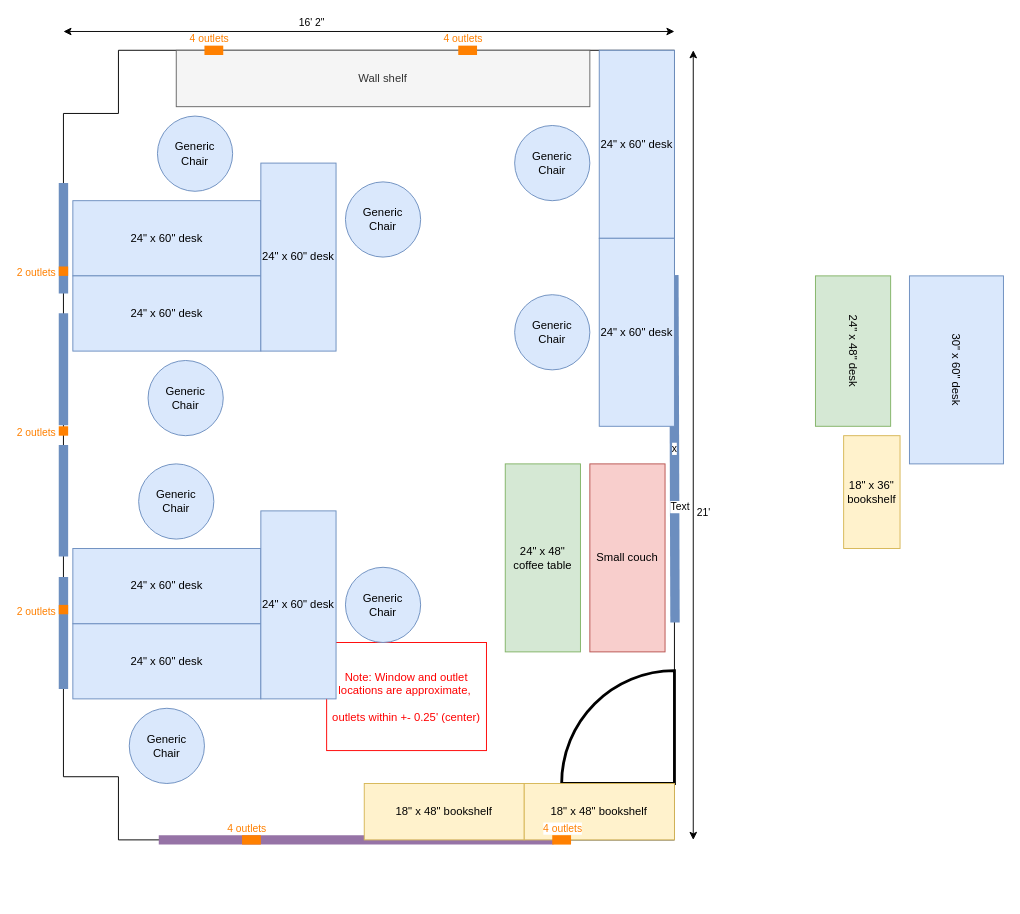
This is Y2E2_291-Proposed2022-07-21.drawio from stephaniechin/Y2E2-291, a draw.io file, before an edit. Source tidied: cells renumbered, new cells numbered last; positions are measured from the earlier drawing's top-left corner, leaving out a move shared by most shapes. Both pictures are drawn from the tidied source at 94%, with x=0, y=0 at pixel (63, 31).
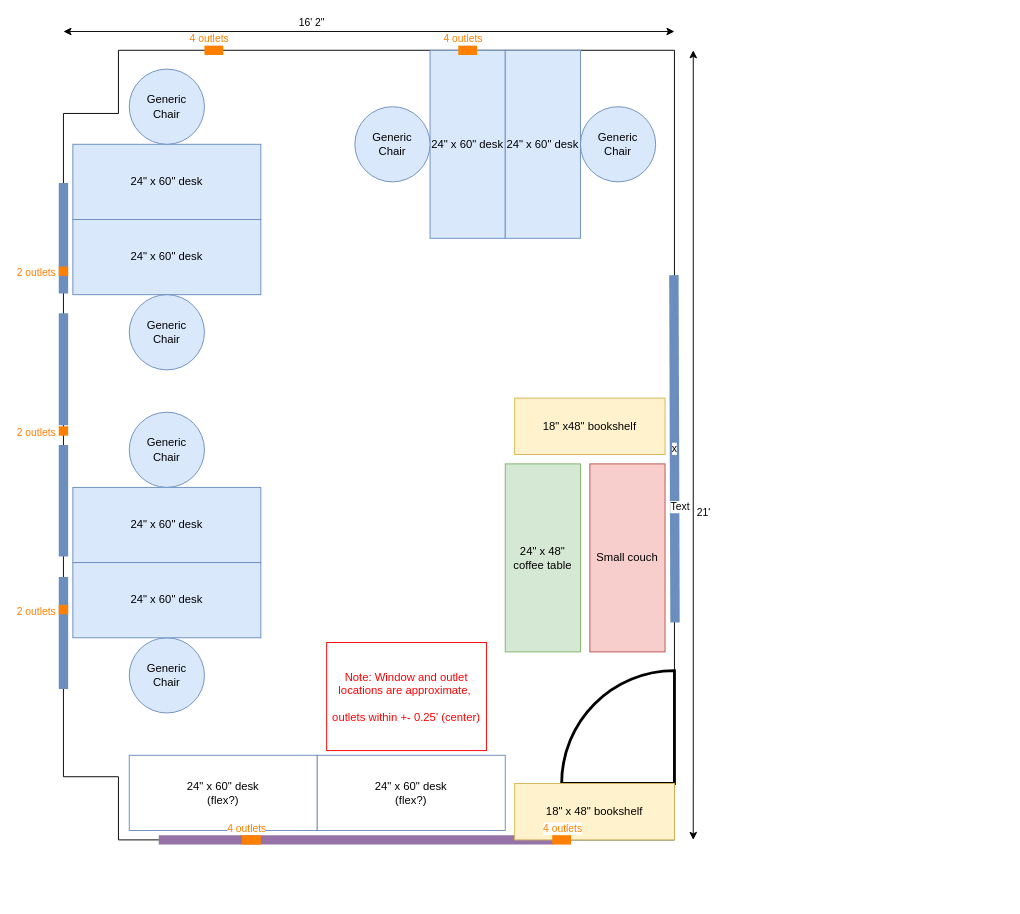
The same diagram, later.

Diff of the diagram source:
```diff
@@
-    <mxCell id="18" parent="0" />
-    <mxCell id="19" value="24&quot; x 60&quot; desk" style="rounded=0;whiteSpace=wrap;html=1;rotation=0;fillColor=#dae8fc;strokeColor=#6c8ebf;" parent="18" vertex="1">
-      <mxGeometry x="10" y="630" width="200" height="80" as="geometry" />
-    </mxCell>
+    <mxCell id="58" parent="0" />
+    <mxCell id="59" value="18&quot; x48&quot; bookshelf" style="rounded=0;whiteSpace=wrap;html=1;fillColor=#fff2cc;strokeColor=#d6b656;direction=west;" parent="58" vertex="1">
+      <mxGeometry x="480" y="390" width="160" height="60" as="geometry" />
+    </mxCell>
-    <mxCell id="20" value="18&quot; x 48&quot; bookshelf" style="rounded=0;whiteSpace=wrap;html=1;fillColor=#fff2cc;strokeColor=#d6b656;" parent="18" vertex="1">
-      <mxGeometry x="490" y="800" width="160" height="60" as="geometry" />
+    <mxCell id="20" value="18&quot; x 48&quot; bookshelf" style="rounded=0;whiteSpace=wrap;html=1;fillColor=#fff2cc;strokeColor=#d6b656;" parent="58" vertex="1">
+      <mxGeometry x="480" y="800" width="170" height="60" as="geometry" />
     </mxCell>
-    <mxCell id="21" value="Small couch" style="rounded=0;whiteSpace=wrap;html=1;strokeColor=#b85450;fillColor=#f8cecc;direction=west;" parent="18" vertex="1">
+    <mxCell id="21" value="Small couch" style="rounded=0;whiteSpace=wrap;html=1;strokeColor=#b85450;fillColor=#f8cecc;direction=west;" parent="58" vertex="1">
       <mxGeometry x="560" y="460" width="80" height="200" as="geometry" />
     </mxCell>
-    <mxCell id="22" value="24&quot; x 60&quot; desk" style="rounded=0;whiteSpace=wrap;html=1;rotation=0;fillColor=#dae8fc;strokeColor=#6c8ebf;direction=west;" parent="18" vertex="1">
-      <mxGeometry x="10" y="550" width="200" height="80" as="geometry" />
-    </mxCell>
-    <mxCell id="23" value="24&quot; x 60&quot; desk" style="rounded=0;whiteSpace=wrap;html=1;rotation=0;fillColor=#dae8fc;strokeColor=#6c8ebf;" parent="18" vertex="1">
-      <mxGeometry x="10" y="180" width="200" height="80" as="geometry" />
-    </mxCell>
-    <mxCell id="24" value="24&quot; x 60&quot; desk" style="rounded=0;whiteSpace=wrap;html=1;rotation=0;fillColor=#dae8fc;strokeColor=#6c8ebf;direction=south;" parent="18" vertex="1">
-      <mxGeometry x="570" y="20" width="80" height="200" as="geometry" />
-    </mxCell>
-    <mxCell id="25" value="24&quot; x 60&quot; desk" style="rounded=0;whiteSpace=wrap;html=1;rotation=0;fillColor=#dae8fc;strokeColor=#6c8ebf;direction=west;" parent="18" vertex="1">
-      <mxGeometry x="10" y="260" width="200" height="80" as="geometry" />
-    </mxCell>
-    <mxCell id="26" value="Generic &lt;br&gt;Chair" style="ellipse;whiteSpace=wrap;html=1;fillColor=#dae8fc;strokeColor=#6c8ebf;" parent="18" vertex="1">
-      <mxGeometry x="70" y="720" width="80" height="80" as="geometry" />
-    </mxCell>
-    <mxCell id="27" value="Generic &lt;br&gt;Chair" style="ellipse;whiteSpace=wrap;html=1;fillColor=#dae8fc;strokeColor=#6c8ebf;" parent="18" vertex="1">
-      <mxGeometry x="80" y="460" width="80" height="80" as="geometry" />
-    </mxCell>
-    <mxCell id="28" value="Generic &lt;br&gt;Chair" style="ellipse;whiteSpace=wrap;html=1;fillColor=#dae8fc;strokeColor=#6c8ebf;" parent="18" vertex="1">
-      <mxGeometry x="90" y="350" width="80" height="80" as="geometry" />
-    </mxCell>
-    <mxCell id="29" value="Generic &lt;br&gt;Chair" style="ellipse;whiteSpace=wrap;html=1;fillColor=#dae8fc;strokeColor=#6c8ebf;" parent="18" vertex="1">
-      <mxGeometry x="100" y="90" width="80" height="80" as="geometry" />
-    </mxCell>
-    <mxCell id="30" value="24&quot; x 60&quot; desk" style="rounded=0;whiteSpace=wrap;html=1;rotation=0;fillColor=#dae8fc;strokeColor=#6c8ebf;direction=south;" parent="18" vertex="1">
-      <mxGeometry x="210" y="140" width="80" height="200" as="geometry" />
-    </mxCell>
-    <mxCell id="31" value="Generic &lt;br&gt;Chair" style="ellipse;whiteSpace=wrap;html=1;fillColor=#dae8fc;strokeColor=#6c8ebf;" parent="18" vertex="1">
-      <mxGeometry x="480" y="100" width="80" height="80" as="geometry" />
-    </mxCell>
-    <mxCell id="32" value="Generic &lt;br&gt;Chair" style="ellipse;whiteSpace=wrap;html=1;fillColor=#dae8fc;strokeColor=#6c8ebf;" parent="18" vertex="1">
-      <mxGeometry x="300" y="160" width="80" height="80" as="geometry" />
-    </mxCell>
+    <mxCell id="60" value="24&quot; x 60&quot; desk" style="rounded=0;whiteSpace=wrap;html=1;rotation=0;fillColor=#dae8fc;strokeColor=#6c8ebf;direction=east;" parent="58" vertex="1">
+      <mxGeometry x="10" y="485" width="200" height="80" as="geometry" />
+    </mxCell>
+    <mxCell id="61" value="24&quot; x 60&quot; desk" style="rounded=0;whiteSpace=wrap;html=1;rotation=0;fillColor=#dae8fc;strokeColor=#6c8ebf;direction=south;" parent="58" vertex="1">
+      <mxGeometry x="390" y="20" width="80" height="200" as="geometry" />
+    </mxCell>
+    <mxCell id="62" value="24&quot; x 60&quot; desk" style="rounded=0;whiteSpace=wrap;html=1;rotation=0;fillColor=#dae8fc;strokeColor=#6c8ebf;direction=north;" parent="58" vertex="1">
+      <mxGeometry x="470" y="20" width="80" height="200" as="geometry" />
+    </mxCell>
+    <mxCell id="63" value="Generic &lt;br&gt;Chair" style="ellipse;whiteSpace=wrap;html=1;fillColor=#dae8fc;strokeColor=#6c8ebf;" parent="58" vertex="1">
+      <mxGeometry x="70" y="645" width="80" height="80" as="geometry" />
+    </mxCell>
+    <mxCell id="64" value="Generic &lt;br&gt;Chair" style="ellipse;whiteSpace=wrap;html=1;fillColor=#dae8fc;strokeColor=#6c8ebf;" parent="58" vertex="1">
+      <mxGeometry x="70" y="405" width="80" height="80" as="geometry" />
+    </mxCell>
+    <mxCell id="65" value="Generic &lt;br&gt;Chair" style="ellipse;whiteSpace=wrap;html=1;fillColor=#dae8fc;strokeColor=#6c8ebf;" parent="58" vertex="1">
+      <mxGeometry x="310" y="80" width="80" height="80" as="geometry" />
+    </mxCell>
-    <mxCell id="33" value="24&quot; x 48&quot; coffee table" style="rounded=0;whiteSpace=wrap;html=1;rotation=0;fillColor=#d5e8d4;strokeColor=#82b366;direction=south;" parent="18" vertex="1">
+    <mxCell id="33" value="24&quot; x 48&quot; coffee table" style="rounded=0;whiteSpace=wrap;html=1;rotation=0;fillColor=#d5e8d4;strokeColor=#82b366;direction=south;" parent="58" vertex="1">
       <mxGeometry x="470" y="460" width="80" height="200" as="geometry" />
     </mxCell>
-    <mxCell id="34" value="24&quot; x 60&quot; desk" style="rounded=0;whiteSpace=wrap;html=1;rotation=0;fillColor=#dae8fc;strokeColor=#6c8ebf;direction=south;" parent="18" vertex="1">
-      <mxGeometry x="210" y="510" width="80" height="200" as="geometry" />
-    </mxCell>
-    <mxCell id="35" value="Generic &lt;br&gt;Chair" style="ellipse;whiteSpace=wrap;html=1;fillColor=#dae8fc;strokeColor=#6c8ebf;" parent="18" vertex="1">
-      <mxGeometry x="300" y="570" width="80" height="80" as="geometry" />
-    </mxCell>
-    <mxCell id="36" value="24&quot; x 60&quot; desk" style="rounded=0;whiteSpace=wrap;html=1;rotation=0;fillColor=#dae8fc;strokeColor=#6c8ebf;direction=south;" parent="18" vertex="1">
-      <mxGeometry x="570" y="220" width="80" height="200" as="geometry" />
-    </mxCell>
-    <mxCell id="37" value="Generic &lt;br&gt;Chair" style="ellipse;whiteSpace=wrap;html=1;fillColor=#dae8fc;strokeColor=#6c8ebf;" parent="18" vertex="1">
-      <mxGeometry x="480" y="280" width="80" height="80" as="geometry" />
-    </mxCell>
-    <mxCell id="38" value="18&quot; x 48&quot; bookshelf" style="rounded=0;whiteSpace=wrap;html=1;fillColor=#fff2cc;strokeColor=#d6b656;direction=west;" parent="18" vertex="1">
-      <mxGeometry x="320" y="800" width="170" height="60" as="geometry" />
-    </mxCell>
-    <mxCell id="39" value="24&quot; x 48&quot; desk" style="rounded=0;whiteSpace=wrap;html=1;rotation=90;fillColor=#d5e8d4;strokeColor=#82b366;" parent="18" vertex="1">
-      <mxGeometry x="760" y="300" width="160" height="80" as="geometry" />
-    </mxCell>
-    <mxCell id="40" value="30&quot; x 60&quot; desk" style="rounded=0;whiteSpace=wrap;html=1;rotation=90;fillColor=#dae8fc;strokeColor=#6c8ebf;" parent="18" vertex="1">
-      <mxGeometry x="850" y="310" width="200" height="100" as="geometry" />
-    </mxCell>
-    <mxCell id="41" value="18&quot; x 36&quot; bookshelf" style="rounded=0;whiteSpace=wrap;html=1;fillColor=#fff2cc;strokeColor=#d6b656;direction=south;" parent="18" vertex="1">
-      <mxGeometry x="830" y="430" width="60" height="120" as="geometry" />
-    </mxCell>
-    <mxCell id="42" value="Wall shelf" style="rounded=0;whiteSpace=wrap;html=1;fillColor=#f5f5f5;strokeColor=#666666;fontColor=#333333;" parent="18" vertex="1">
-      <mxGeometry x="120" y="20" width="440" height="60" as="geometry" />
-    </mxCell>
+    <mxCell id="66" value="24&quot; x 60&quot; desk" style="rounded=0;whiteSpace=wrap;html=1;rotation=0;fillColor=#dae8fc;strokeColor=#6c8ebf;direction=west;" parent="58" vertex="1">
+      <mxGeometry x="10" y="565" width="200" height="80" as="geometry" />
+    </mxCell>
+    <mxCell id="67" value="Generic &lt;br&gt;Chair" style="ellipse;whiteSpace=wrap;html=1;fillColor=#dae8fc;strokeColor=#6c8ebf;" parent="58" vertex="1">
+      <mxGeometry x="550" y="80" width="80" height="80" as="geometry" />
+    </mxCell>
+    <mxCell id="68" value="24&quot; x 60&quot; desk" style="rounded=0;whiteSpace=wrap;html=1;rotation=0;fillColor=#dae8fc;strokeColor=#6c8ebf;" parent="58" vertex="1">
+      <mxGeometry x="10" y="200" width="200" height="80" as="geometry" />
+    </mxCell>
+    <mxCell id="69" value="24&quot; x 60&quot; desk" style="rounded=0;whiteSpace=wrap;html=1;rotation=0;fillColor=#dae8fc;strokeColor=#6c8ebf;direction=west;" parent="58" vertex="1">
+      <mxGeometry x="10" y="120" width="200" height="80" as="geometry" />
+    </mxCell>
+    <mxCell id="70" value="Generic &lt;br&gt;Chair" style="ellipse;whiteSpace=wrap;html=1;fillColor=#dae8fc;strokeColor=#6c8ebf;" parent="58" vertex="1">
+      <mxGeometry x="70" y="280" width="80" height="80" as="geometry" />
+    </mxCell>
+    <mxCell id="71" value="Generic &lt;br&gt;Chair" style="ellipse;whiteSpace=wrap;html=1;fillColor=#dae8fc;strokeColor=#6c8ebf;" parent="58" vertex="1">
+      <mxGeometry x="70" y="40" width="80" height="80" as="geometry" />
+    </mxCell>
+    <mxCell id="72" value="24&quot; x 60&quot; desk&lt;br&gt;(flex?)" style="rounded=0;whiteSpace=wrap;html=1;rotation=0;direction=east;fillColor=#FFFFFF;strokeColor=#6c8ebf;" parent="58" vertex="1">
+      <mxGeometry x="70" y="770" width="200" height="80" as="geometry" />
+    </mxCell>
+    <mxCell id="73" value="24&quot; x 60&quot; desk&lt;br&gt;(flex?)" style="rounded=0;whiteSpace=wrap;html=1;rotation=0;direction=east;fillColor=#FFFFFF;strokeColor=#6c8ebf;" parent="58" vertex="1">
+      <mxGeometry x="270" y="770" width="200" height="80" as="geometry" />
+    </mxCell>
```
